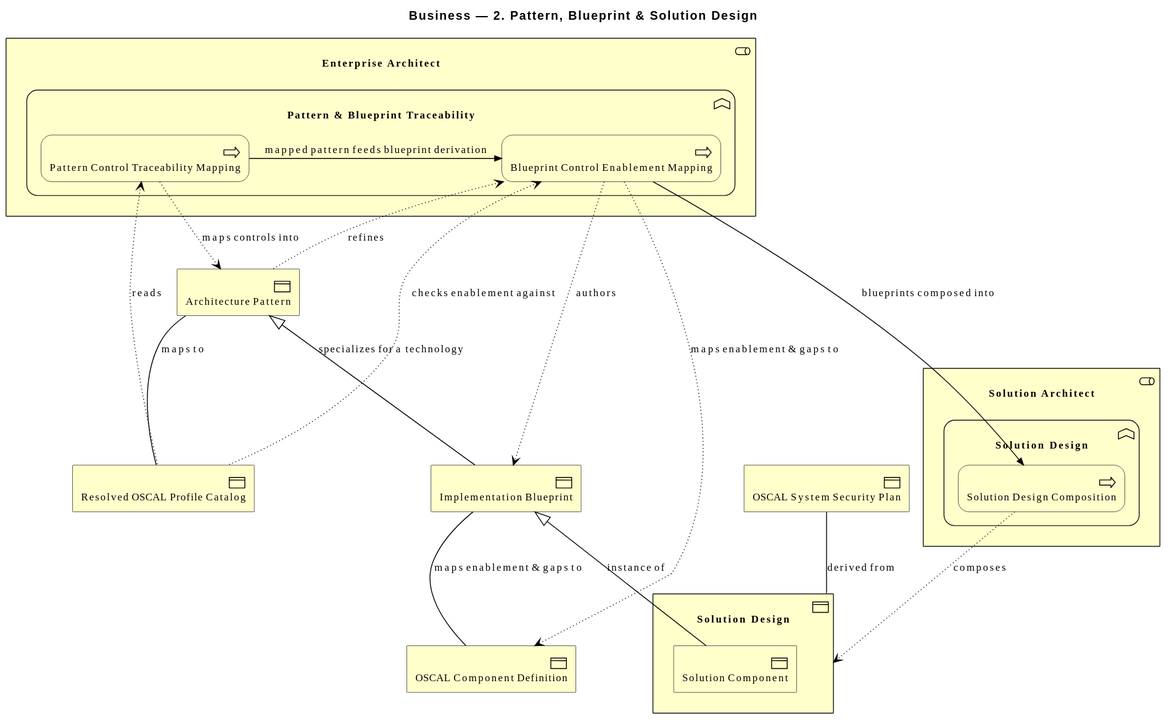
The PlantUML diagram architecture/model/diagrams/business/2-pattern-solution-design.svg in wolffy-au/frictionless-architect, before a commit.
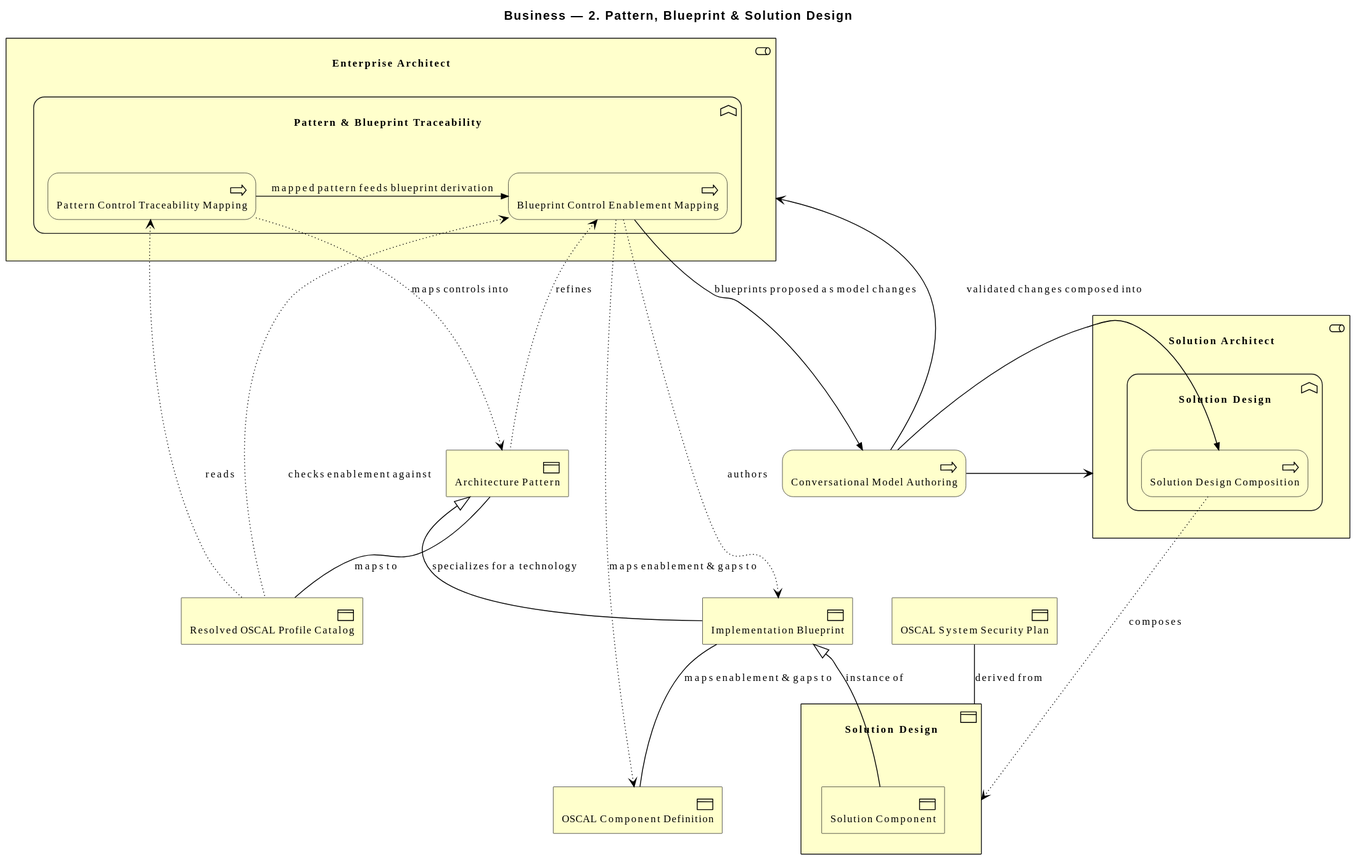
The same file after the commit.

What changed in the source:
```diff
@@ -3,6 +3,7 @@
 
 title Business — 2. Pattern, Blueprint & Solution Design
 
+Business_Process(e_id5959dd7c3bbe59, "Conversational Model Authoring")
 Business_Object(e_id2df79965778556, "Resolved OSCAL Profile Catalog")
 Business_Object(e_idcd45bf9b5cfe51, "Architecture Pattern")
 Business_Object(e_id41a01cbfc25b5a, "Implementation Blueprint")
@@ -32,9 +33,12 @@
 Rel_Access_w(e_id378927722a8d5a, e_id41a01cbfc25b5a, "authors")
 Rel_Access_w(e_id378927722a8d5a, e_id0bb22ba44cfa50, "maps enablement & gaps to")
 Rel_Triggering_Right(e_id65065ee24d3c54, e_id378927722a8d5a, "mapped pattern feeds blueprint derivation")
-Rel_Triggering_Right(e_id378927722a8d5a, e_id4991c823f6d55b, "blueprints composed into")
+Rel_Triggering_Right(e_id378927722a8d5a, e_id5959dd7c3bbe59, "blueprints proposed as model changes")
+Rel_Triggering_Right(e_id5959dd7c3bbe59, e_id4991c823f6d55b, "validated changes composed into")
 Rel_Association(e_id41a01cbfc25b5a, e_id0bb22ba44cfa50, "maps enablement & gaps to")
 Rel_Specialization_Up(e_id42defa6a190855, e_id41a01cbfc25b5a, "instance of")
 Rel_Association(e_ide1231d147af05e, e_id4b5ad5a2100656, "derived from")
 Rel_Access_w(e_id4991c823f6d55b, e_id4b5ad5a2100656, "composes")
+Rel_Serving_Up(e_id5959dd7c3bbe59, e_id2b5394f913985a, "")
+Rel_Serving_Up(e_id5959dd7c3bbe59, e_ide2cb7f3efa6256, "")
 @enduml
```
